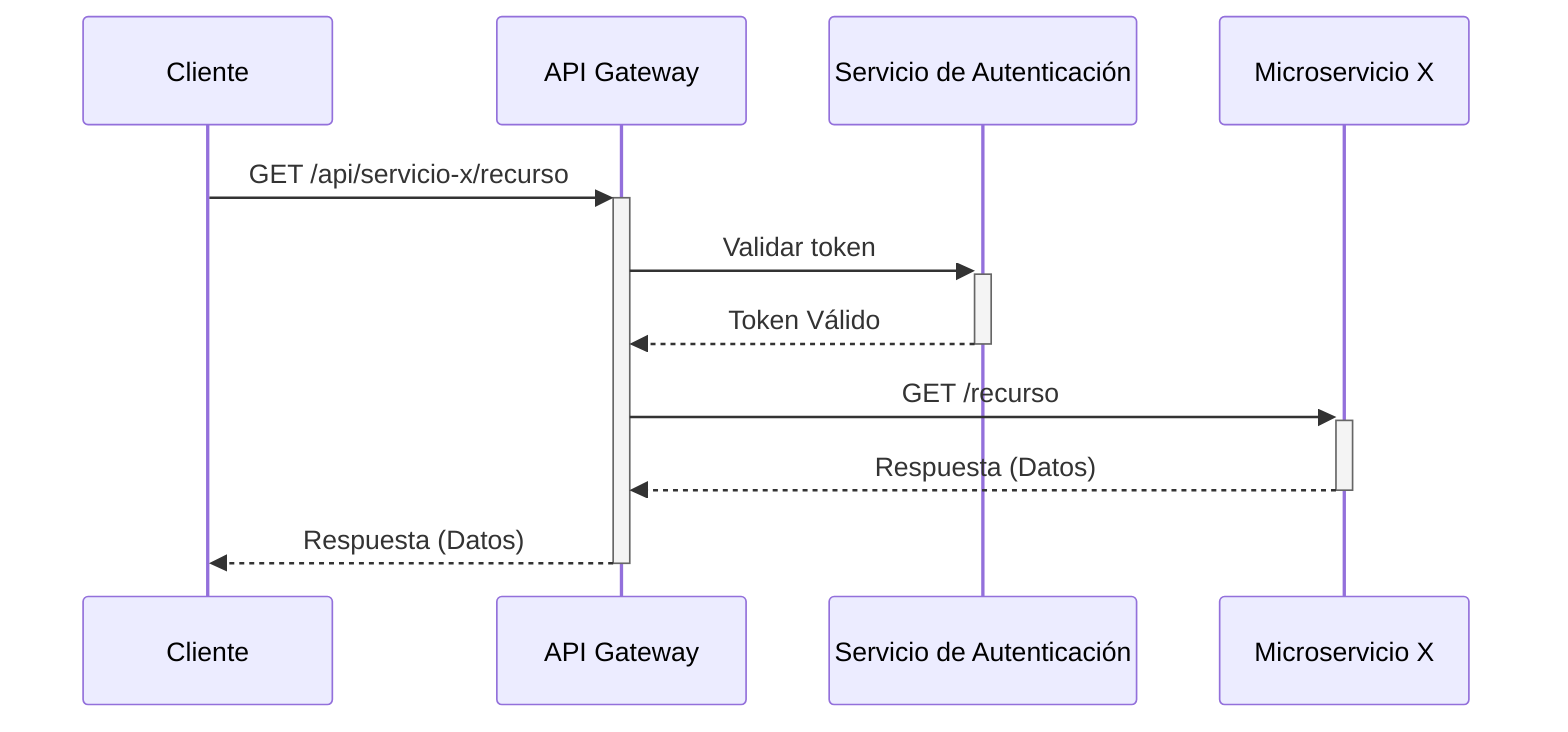
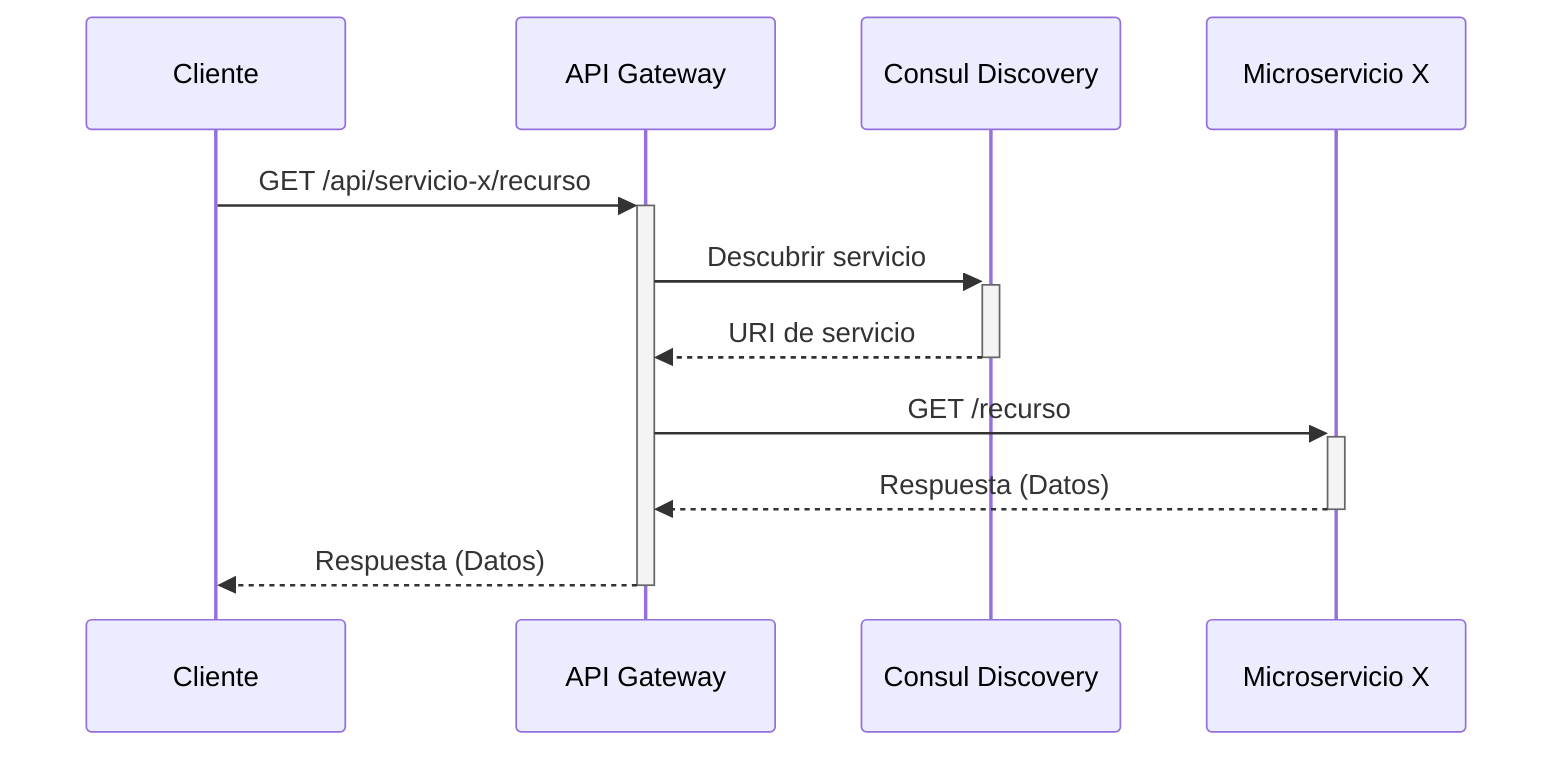
sequenceDiagram
    participant Client as Cliente
    participant Gateway as API Gateway
-     participant Auth as Servicio de Autenticación
+     participant Consul as Consul Discovery
    participant Service as Microservicio X

    Client->>+Gateway: GET /api/servicio-x/recurso
-     Gateway->>+Auth: Validar token
-     Auth-->>-Gateway: Token Válido
+     Gateway->>+Consul: Descubrir servicio
+     Consul-->>-Gateway: URI de servicio
    Gateway->>+Service: GET /recurso
    Service-->>-Gateway: Respuesta (Datos)
    Gateway-->>-Client: Respuesta (Datos)